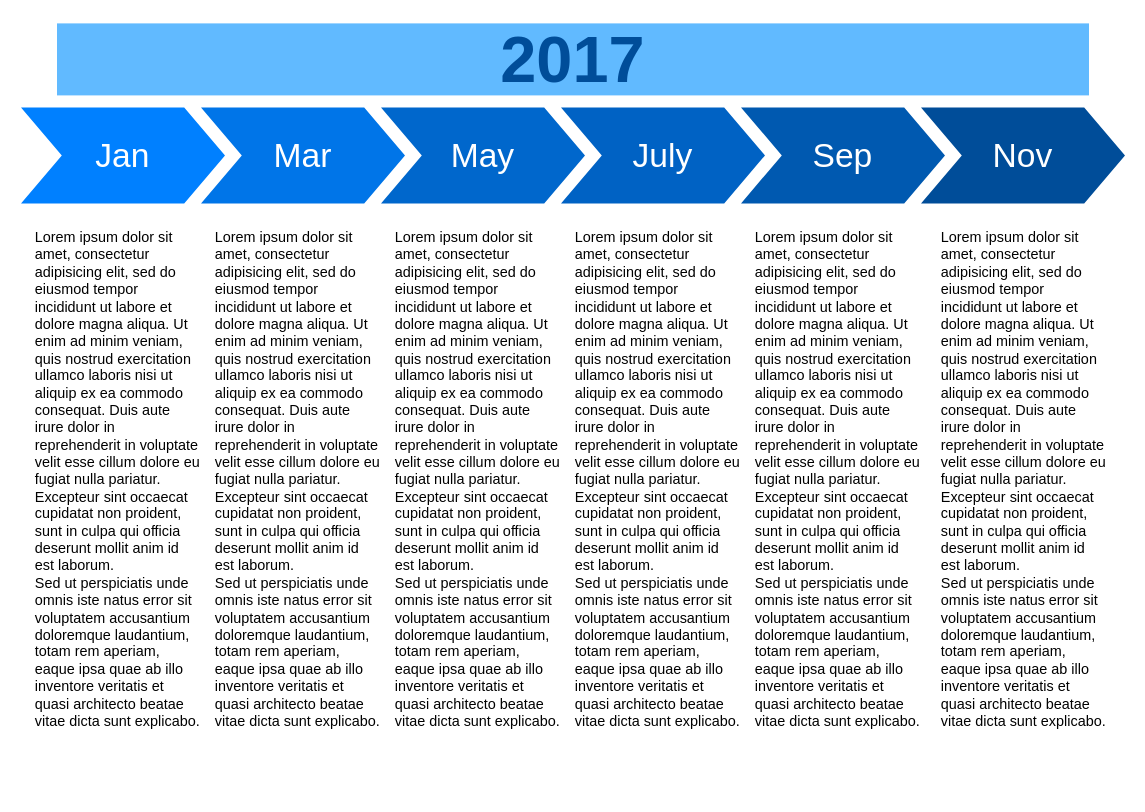
Before: Untitled Diagram.drawio in kirstenGao/github-slideshow, a draw.io diagram. Source tidied: cells renumbered, new cells numbered last; positions are measured from the earlier drawing's top-left corner, leaving out a move shared by most shapes. Both pictures are drawn from the tidied source at 120%, with x=0, y=0 at pixel (20, 23).
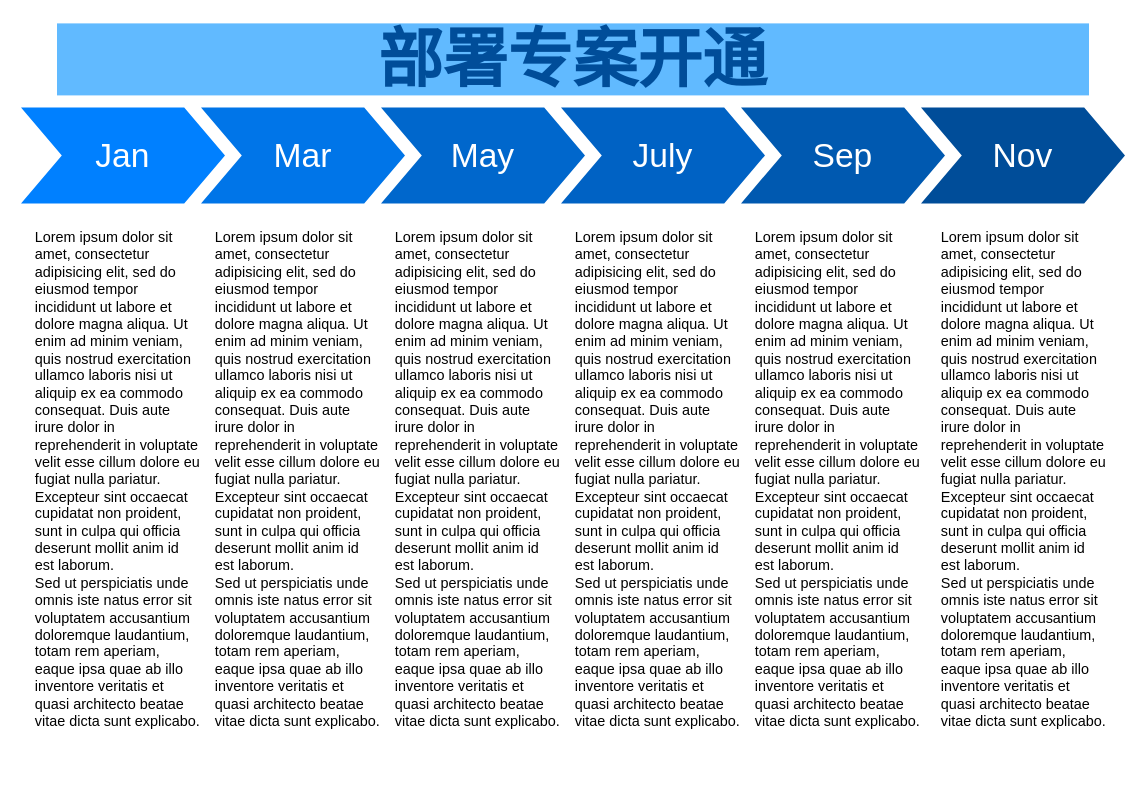
After the change.

The edit, as a diff of the source:
```diff
@@
 <mxGraphModel>
   <root>
     <mxCell id="0" />
     <mxCell id="1" parent="0" />
     <mxCell id="2" value="Jan" style="shape=step;whiteSpace=wrap;html=1;fontSize=28;fillColor=#0080FF;fontColor=#FFFFFF;strokeColor=none;" parent="1" vertex="1">
       <mxGeometry y="70" width="170" height="80" as="geometry" />
     </mxCell>
     <mxCell id="3" value="Mar" style="shape=step;whiteSpace=wrap;html=1;fontSize=28;fillColor=#0075E8;fontColor=#FFFFFF;strokeColor=none;" parent="1" vertex="1">
       <mxGeometry x="150" y="70" width="170" height="80" as="geometry" />
     </mxCell>
     <mxCell id="4" value="May" style="shape=step;whiteSpace=wrap;html=1;fontSize=28;fillColor=#0067CC;fontColor=#FFFFFF;strokeColor=none;" parent="1" vertex="1">
       <mxGeometry x="300" y="70" width="170" height="80" as="geometry" />
     </mxCell>
     <mxCell id="5" value="July" style="shape=step;whiteSpace=wrap;html=1;fontSize=28;fillColor=#0062C4;fontColor=#FFFFFF;strokeColor=none;" parent="1" vertex="1">
       <mxGeometry x="450" y="70" width="170" height="80" as="geometry" />
     </mxCell>
     <mxCell id="6" value="Sep" style="shape=step;whiteSpace=wrap;html=1;fontSize=28;fillColor=#0059B0;fontColor=#FFFFFF;strokeColor=none;" parent="1" vertex="1">
       <mxGeometry x="600" y="70" width="170" height="80" as="geometry" />
     </mxCell>
     <mxCell id="7" value="Nov" style="shape=step;whiteSpace=wrap;html=1;fontSize=28;fillColor=#004D99;fontColor=#FFFFFF;strokeColor=none;" parent="1" vertex="1">
       <mxGeometry x="750" y="70" width="170" height="80" as="geometry" />
     </mxCell>
-    <mxCell id="8" value="2017" style="text;html=1;strokeColor=none;fillColor=#61BAFF;align=center;verticalAlign=middle;whiteSpace=wrap;fontSize=54;fontStyle=1;fontColor=#004D99;" parent="1" vertex="1">
+    <mxCell id="8" value="部署专案开通" style="text;html=1;strokeColor=none;fillColor=#61BAFF;align=center;verticalAlign=middle;whiteSpace=wrap;fontSize=54;fontStyle=1;fontColor=#004D99;" parent="1" vertex="1">
       <mxGeometry x="30" width="860" height="60" as="geometry" />
     </mxCell>
     <mxCell id="9" value="Lorem ipsum dolor sit amet, consectetur adipisicing elit, sed do eiusmod tempor incididunt ut labore et dolore magna aliqua. Ut enim ad minim veniam, quis nostrud exercitation ullamco laboris nisi ut aliquip ex ea commodo consequat. Duis aute irure dolor in reprehenderit in voluptate velit esse cillum dolore eu fugiat nulla pariatur. Excepteur sint occaecat cupidatat non proident, sunt in culpa qui officia deserunt mollit anim id est laborum.&lt;br&gt;Sed ut perspiciatis unde omnis iste natus error sit voluptatem accusantium doloremque laudantium, totam rem aperiam, eaque ipsa quae ab illo inventore veritatis et quasi architecto beatae vitae dicta sunt explicabo." style="text;spacingTop=-5;fillColor=#ffffff;whiteSpace=wrap;html=1;align=left;fontSize=12;fontFamily=Helvetica;fillColor=none;strokeColor=none;" parent="1" vertex="1">
       <mxGeometry x="10" y="170" width="140" height="470" as="geometry" />
     </mxCell>
     <mxCell id="10" value="Lorem ipsum dolor sit amet, consectetur adipisicing elit, sed do eiusmod tempor incididunt ut labore et dolore magna aliqua. Ut enim ad minim veniam, quis nostrud exercitation ullamco laboris nisi ut aliquip ex ea commodo consequat. Duis aute irure dolor in reprehenderit in voluptate velit esse cillum dolore eu fugiat nulla pariatur. Excepteur sint occaecat cupidatat non proident, sunt in culpa qui officia deserunt mollit anim id est laborum.&lt;br&gt;Sed ut perspiciatis unde omnis iste natus error sit voluptatem accusantium doloremque laudantium, totam rem aperiam, eaque ipsa quae ab illo inventore veritatis et quasi architecto beatae vitae dicta sunt explicabo." style="text;spacingTop=-5;fillColor=#ffffff;whiteSpace=wrap;html=1;align=left;fontSize=12;fontFamily=Helvetica;fillColor=none;strokeColor=none;" parent="1" vertex="1">
       <mxGeometry x="160" y="170" width="140" height="470" as="geometry" />
     </mxCell>
     <mxCell id="11" value="Lorem ipsum dolor sit amet, consectetur adipisicing elit, sed do eiusmod tempor incididunt ut labore et dolore magna aliqua. Ut enim ad minim veniam, quis nostrud exercitation ullamco laboris nisi ut aliquip ex ea commodo consequat. Duis aute irure dolor in reprehenderit in voluptate velit esse cillum dolore eu fugiat nulla pariatur. Excepteur sint occaecat cupidatat non proident, sunt in culpa qui officia deserunt mollit anim id est laborum.&lt;br&gt;Sed ut perspiciatis unde omnis iste natus error sit voluptatem accusantium doloremque laudantium, totam rem aperiam, eaque ipsa quae ab illo inventore veritatis et quasi architecto beatae vitae dicta sunt explicabo." style="text;spacingTop=-5;fillColor=#ffffff;whiteSpace=wrap;html=1;align=left;fontSize=12;fontFamily=Helvetica;fillColor=none;strokeColor=none;" parent="1" vertex="1">
       <mxGeometry x="310" y="170" width="140" height="470" as="geometry" />
     </mxCell>
     <mxCell id="12" value="Lorem ipsum dolor sit amet, consectetur adipisicing elit, sed do eiusmod tempor incididunt ut labore et dolore magna aliqua. Ut enim ad minim veniam, quis nostrud exercitation ullamco laboris nisi ut aliquip ex ea commodo consequat. Duis aute irure dolor in reprehenderit in voluptate velit esse cillum dolore eu fugiat nulla pariatur. Excepteur sint occaecat cupidatat non proident, sunt in culpa qui officia deserunt mollit anim id est laborum.&lt;br&gt;Sed ut perspiciatis unde omnis iste natus error sit voluptatem accusantium doloremque laudantium, totam rem aperiam, eaque ipsa quae ab illo inventore veritatis et quasi architecto beatae vitae dicta sunt explicabo." style="text;spacingTop=-5;fillColor=#ffffff;whiteSpace=wrap;html=1;align=left;fontSize=12;fontFamily=Helvetica;fillColor=none;strokeColor=none;" parent="1" vertex="1">
       <mxGeometry x="460" y="170" width="140" height="470" as="geometry" />
     </mxCell>
     <mxCell id="13" value="Lorem ipsum dolor sit amet, consectetur adipisicing elit, sed do eiusmod tempor incididunt ut labore et dolore magna aliqua. Ut enim ad minim veniam, quis nostrud exercitation ullamco laboris nisi ut aliquip ex ea commodo consequat. Duis aute irure dolor in reprehenderit in voluptate velit esse cillum dolore eu fugiat nulla pariatur. Excepteur sint occaecat cupidatat non proident, sunt in culpa qui officia deserunt mollit anim id est laborum.&lt;br&gt;Sed ut perspiciatis unde omnis iste natus error sit voluptatem accusantium doloremque laudantium, totam rem aperiam, eaque ipsa quae ab illo inventore veritatis et quasi architecto beatae vitae dicta sunt explicabo." style="text;spacingTop=-5;fillColor=#ffffff;whiteSpace=wrap;html=1;align=left;fontSize=12;fontFamily=Helvetica;fillColor=none;strokeColor=none;" parent="1" vertex="1">
       <mxGeometry x="610" y="170" width="140" height="470" as="geometry" />
     </mxCell>
     <mxCell id="14" value="Lorem ipsum dolor sit amet, consectetur adipisicing elit, sed do eiusmod tempor incididunt ut labore et dolore magna aliqua. Ut enim ad minim veniam, quis nostrud exercitation ullamco laboris nisi ut aliquip ex ea commodo consequat. Duis aute irure dolor in reprehenderit in voluptate velit esse cillum dolore eu fugiat nulla pariatur. Excepteur sint occaecat cupidatat non proident, sunt in culpa qui officia deserunt mollit anim id est laborum.&lt;br&gt;Sed ut perspiciatis unde omnis iste natus error sit voluptatem accusantium doloremque laudantium, totam rem aperiam, eaque ipsa quae ab illo inventore veritatis et quasi architecto beatae vitae dicta sunt explicabo." style="text;spacingTop=-5;fillColor=#ffffff;whiteSpace=wrap;html=1;align=left;fontSize=12;fontFamily=Helvetica;fillColor=none;strokeColor=none;" parent="1" vertex="1">
       <mxGeometry x="765" y="170" width="140" height="470" as="geometry" />
     </mxCell>
   </root>
 </mxGraphModel>
```
